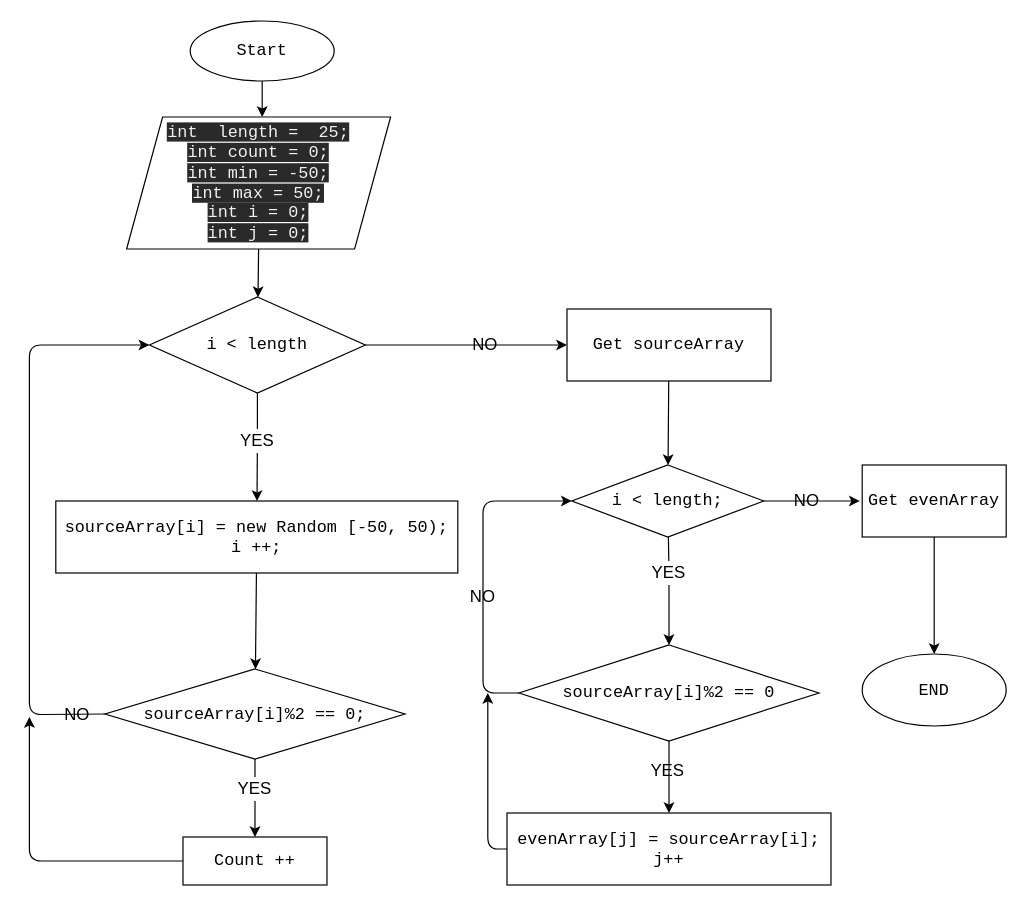
NataSola/FinalWork keeps this draw.io diagram as Algorithm.drawio. Above is the earlier version. Source tidied: cells renumbered, new cells numbered last; positions are measured from the earlier drawing's top-left corner, leaving out a move shared by most shapes. Both pictures are drawn from the tidied source at 120%, with x=0, y=0 at pixel (29, 20).
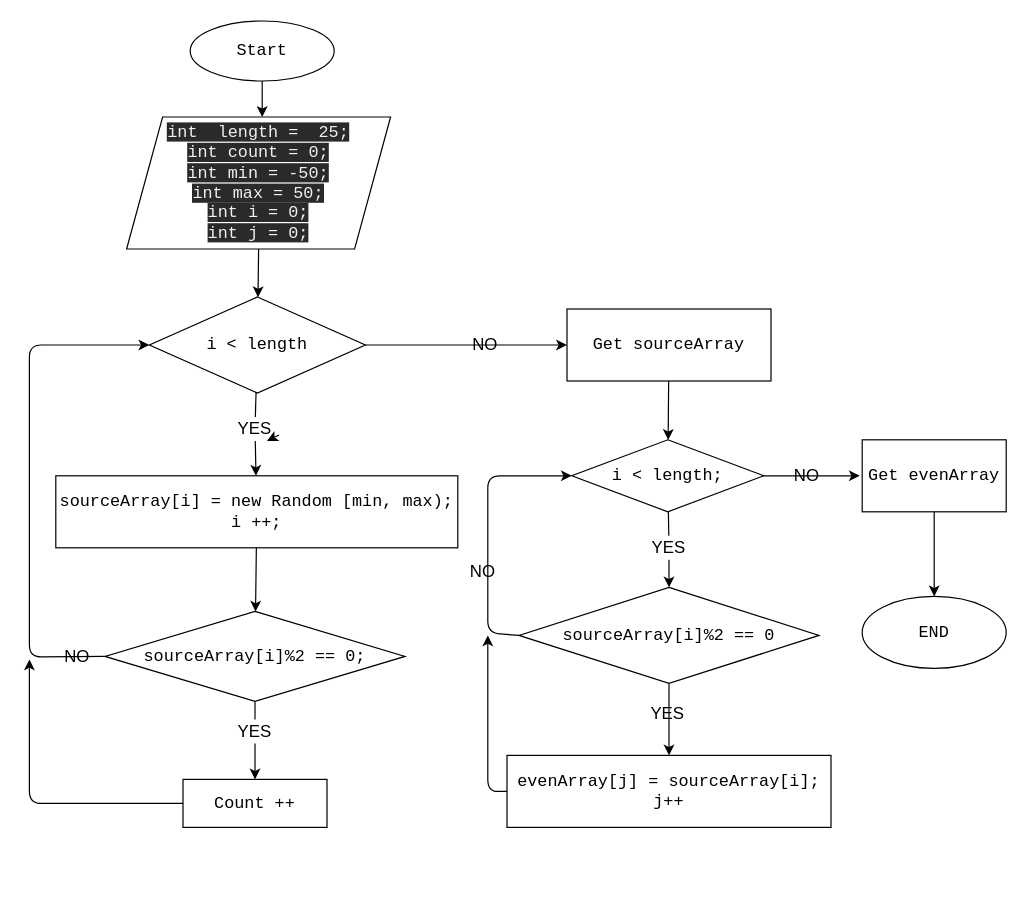
Above is the later version.

Unchanged cells that the change refers to:
```xml
<mxCell id="7" value="i &amp;lt; length" style="rhombus;whiteSpace=wrap;html=1;rounded=0;fontSize=14;fontFamily=Courier New;" parent="1" vertex="1">
  <mxGeometry x="100" y="230" width="180" height="80" as="geometry" />
</mxCell>
```

What changed in the source:
```diff
@@
     <mxCell id="10" style="edgeStyle=none;html=1;entryX=0;entryY=0.5;entryDx=0;entryDy=0;fontSize=14;exitX=0;exitY=0.5;exitDx=0;exitDy=0;" parent="1" edge="1" source="20" target="7">
       <mxGeometry relative="1" as="geometry">
         <Array as="points">
-          <mxPoint y="578" />
+          <mxPoint y="530" />
           <mxPoint y="350" />
           <mxPoint y="270" />
         </Array>
       </mxGeometry>
     </mxCell>
-    <mxCell id="11" value="sourceArray[i] = new Random [-50, 50);&lt;br&gt;i ++;" style="whiteSpace=wrap;html=1;rounded=0;fontSize=14;fontFamily=Courier New;" parent="1" vertex="1">
-      <mxGeometry x="22" y="400" width="335" height="60" as="geometry" />
+    <mxCell id="11" value="sourceArray[i] = new Random [min, max);&lt;br&gt;i ++;" style="whiteSpace=wrap;html=1;rounded=0;fontSize=14;fontFamily=Courier New;" parent="1" vertex="1">
+      <mxGeometry x="22" y="379" width="335" height="60" as="geometry" />
     </mxCell>
@@
     <mxCell id="13" value="YES" style="text;html=1;strokeColor=none;fillColor=none;align=center;verticalAlign=middle;whiteSpace=wrap;rounded=0;fontSize=14;" parent="1" vertex="1">
-      <mxGeometry x="170" y="340" width="40" height="20" as="geometry" />
+      <mxGeometry x="168" y="330" width="40" height="20" as="geometry" />
     </mxCell>
@@
     <mxCell id="17" style="edgeStyle=none;html=1;fontFamily=Courier New;fontSize=14;" parent="1" edge="1" source="18">
       <mxGeometry relative="1" as="geometry">
-        <mxPoint x="692" y="400" as="targetPoint" />
+        <mxPoint x="692" y="379" as="targetPoint" />
       </mxGeometry>
     </mxCell>
-    <mxCell id="18" value="i &amp;lt; length;&lt;br&gt;" style="rhombus;whiteSpace=wrap;html=1;rounded=0;fontFamily=Courier New;fontSize=14;" parent="1" vertex="1">
-      <mxGeometry x="452" y="370" width="160" height="60" as="geometry" />
+    <mxCell id="18" value="i &amp;lt; length;" style="rhombus;whiteSpace=wrap;html=1;rounded=0;fontFamily=Courier New;fontSize=14;" parent="1" vertex="1">
+      <mxGeometry x="452" y="349" width="160" height="60" as="geometry" />
     </mxCell>
@@
     <mxCell id="20" value="sourceArray[i]%2 == 0;" style="rhombus;whiteSpace=wrap;html=1;rounded=0;fontFamily=Courier New;fontSize=14;" parent="1" vertex="1">
-      <mxGeometry x="63" y="540" width="250" height="75" as="geometry" />
+      <mxGeometry x="63" y="492" width="250" height="75" as="geometry" />
     </mxCell>
@@
     <mxCell id="22" style="edgeStyle=none;html=1;exitX=0;exitY=0.5;exitDx=0;exitDy=0;fontFamily=Courier New;fontSize=14;" parent="1" edge="1" source="23">
       <mxGeometry relative="1" as="geometry">
-        <mxPoint y="580" as="targetPoint" />
+        <mxPoint y="532" as="targetPoint" />
         <Array as="points">
-          <mxPoint y="700" />
+          <mxPoint y="652" />
         </Array>
       </mxGeometry>
     </mxCell>
     <mxCell id="23" value="Count ++" style="whiteSpace=wrap;html=1;rounded=0;fontFamily=Courier New;fontSize=14;" parent="1" vertex="1">
-      <mxGeometry x="128" y="680" width="120" height="40" as="geometry" />
+      <mxGeometry x="128" y="632" width="120" height="40" as="geometry" />
     </mxCell>
     <mxCell id="24" value="YES" style="text;html=1;strokeColor=none;fillColor=none;align=center;verticalAlign=middle;whiteSpace=wrap;rounded=0;fontSize=14;" parent="1" vertex="1">
-      <mxGeometry x="168" y="630" width="40" height="20" as="geometry" />
+      <mxGeometry x="168" y="582" width="40" height="20" as="geometry" />
     </mxCell>
@@
     <mxCell id="26" value="NO" style="text;html=1;strokeColor=none;fillColor=none;align=center;verticalAlign=middle;whiteSpace=wrap;rounded=0;fontSize=14;" parent="1" vertex="1">
-      <mxGeometry x="20" y="567.5" width="40" height="20" as="geometry" />
+      <mxGeometry x="20" y="519.5" width="40" height="20" as="geometry" />
     </mxCell>
@@
     <mxCell id="28" value="sourceArray[i]%2 == 0" style="rhombus;whiteSpace=wrap;html=1;rounded=0;fontFamily=Courier New;fontSize=14;" parent="1" vertex="1">
-      <mxGeometry x="408" y="520" width="250" height="80" as="geometry" />
+      <mxGeometry x="408" y="472" width="250" height="80" as="geometry" />
     </mxCell>
     <mxCell id="29" style="endArrow=classic;html=1;fontFamily=Courier New;fontSize=14;entryX=0;entryY=0.5;entryDx=0;entryDy=0;exitX=0;exitY=0.5;exitDx=0;exitDy=0;" parent="1" edge="1" source="28" target="18">
       <mxGeometry relative="1" as="geometry">
         <Array as="points">
-          <mxPoint x="378" y="560" />
-          <mxPoint x="378" y="460" />
-          <mxPoint x="378" y="400" />
+          <mxPoint x="382" y="510" />
+          <mxPoint x="382" y="379" />
         </Array>
       </mxGeometry>
     </mxCell>
     <mxCell id="30" value="YES" style="text;html=1;strokeColor=none;fillColor=none;align=center;verticalAlign=middle;whiteSpace=wrap;rounded=0;fontSize=14;" parent="1" vertex="1">
-      <mxGeometry x="513" y="450" width="40" height="20" as="geometry" />
+      <mxGeometry x="513" y="429" width="40" height="20" as="geometry" />
     </mxCell>
@@
     <mxCell id="32" value="NO" style="text;html=1;strokeColor=none;fillColor=none;align=center;verticalAlign=middle;whiteSpace=wrap;rounded=0;fontSize=14;" parent="1" vertex="1">
-      <mxGeometry x="358" y="470" width="40" height="20" as="geometry" />
+      <mxGeometry x="358" y="449" width="40" height="20" as="geometry" />
     </mxCell>
@@
     <mxCell id="34" value="Get evenArray" style="rounded=0;whiteSpace=wrap;html=1;fontFamily=Courier New;fontSize=14;" parent="1" vertex="1">
-      <mxGeometry x="694" y="370" width="120" height="60" as="geometry" />
+      <mxGeometry x="694" y="349" width="120" height="60" as="geometry" />
     </mxCell>
     <mxCell id="35" value="NO" style="text;html=1;strokeColor=none;fillColor=none;align=center;verticalAlign=middle;whiteSpace=wrap;rounded=0;fontSize=14;" parent="1" vertex="1">
-      <mxGeometry x="628" y="390" width="40" height="20" as="geometry" />
+      <mxGeometry x="628" y="369" width="40" height="20" as="geometry" />
     </mxCell>
     <mxCell id="36" value="evenArray[j] = sourceArray[i];&lt;br&gt;j++" style="whiteSpace=wrap;html=1;rounded=0;fontFamily=Courier New;fontSize=14;" parent="1" vertex="1">
-      <mxGeometry x="398" y="660" width="270" height="60" as="geometry" />
+      <mxGeometry x="398" y="612" width="270" height="60" as="geometry" />
     </mxCell>
     <mxCell id="37" value="YES" style="text;html=1;strokeColor=none;fillColor=none;align=center;verticalAlign=middle;whiteSpace=wrap;rounded=0;fontSize=14;" parent="1" vertex="1">
-      <mxGeometry x="512" y="615" width="40" height="20" as="geometry" />
+      <mxGeometry x="512" y="567" width="40" height="20" as="geometry" />
     </mxCell>
     <mxCell id="38" style="endArrow=classic;html=1;fontFamily=Courier New;fontSize=14;exitX=0;exitY=0.5;exitDx=0;exitDy=0;" parent="1" edge="1" source="36">
       <mxGeometry relative="1" as="geometry">
-        <mxPoint x="382" y="560" as="targetPoint" />
+        <mxPoint x="382" y="512" as="targetPoint" />
         <Array as="points">
-          <mxPoint x="382" y="690" />
+          <mxPoint x="382" y="642" />
         </Array>
       </mxGeometry>
     </mxCell>
     <mxCell id="39" value="END" style="ellipse;whiteSpace=wrap;html=1;rounded=0;fontFamily=Courier New;fontSize=14;" parent="1" vertex="1">
-      <mxGeometry x="694" y="527.5" width="120" height="60" as="geometry" />
+      <mxGeometry x="694" y="479.5" width="120" height="60" as="geometry" />
     </mxCell>
+    <mxCell id="40" style="edgeStyle=none;html=1;exitX=1;exitY=0.75;exitDx=0;exitDy=0;entryX=0.75;entryY=1;entryDx=0;entryDy=0;fontFamily=Courier New;fontSize=14;" parent="1" edge="1" source="13" target="13">
+      <mxGeometry relative="1" as="geometry" />
+    </mxCell>
```
